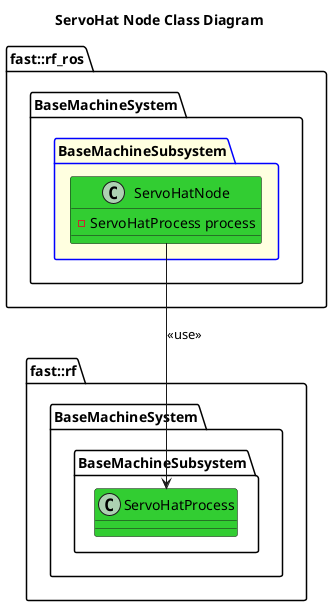
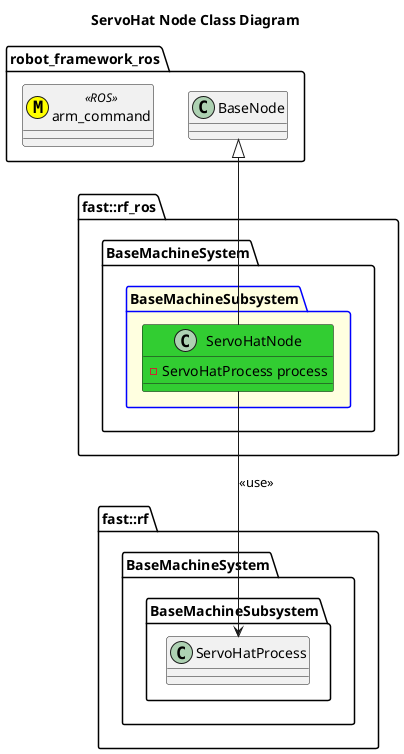
@startuml
title ServoHat Node Class Diagram
+ namespace robot_framework_ros {
+     class BaseNode
+     class arm_command <<(M,#FFFF00)>> <<ROS>>
+ }
namespace fast::rf {
    namespace BaseMachineSystem {
        namespace BaseMachineSubsystem {
-             class ServoHatProcess #LimeGreen
+             class ServoHatProcess
        }
    }
}
namespace fast::rf_ros {
   namespace BaseMachineSystem {
        package BaseMachineSubsystem #LightYellow;line:blue {
            class ServoHatNode #LimeGreen {
                -ServoHatProcess process
            }
            ServoHatNode --> ServoHatProcess: <<use>>
+             ServoHatNode -up-|> BaseNode
        }
    }
}
@enduml
